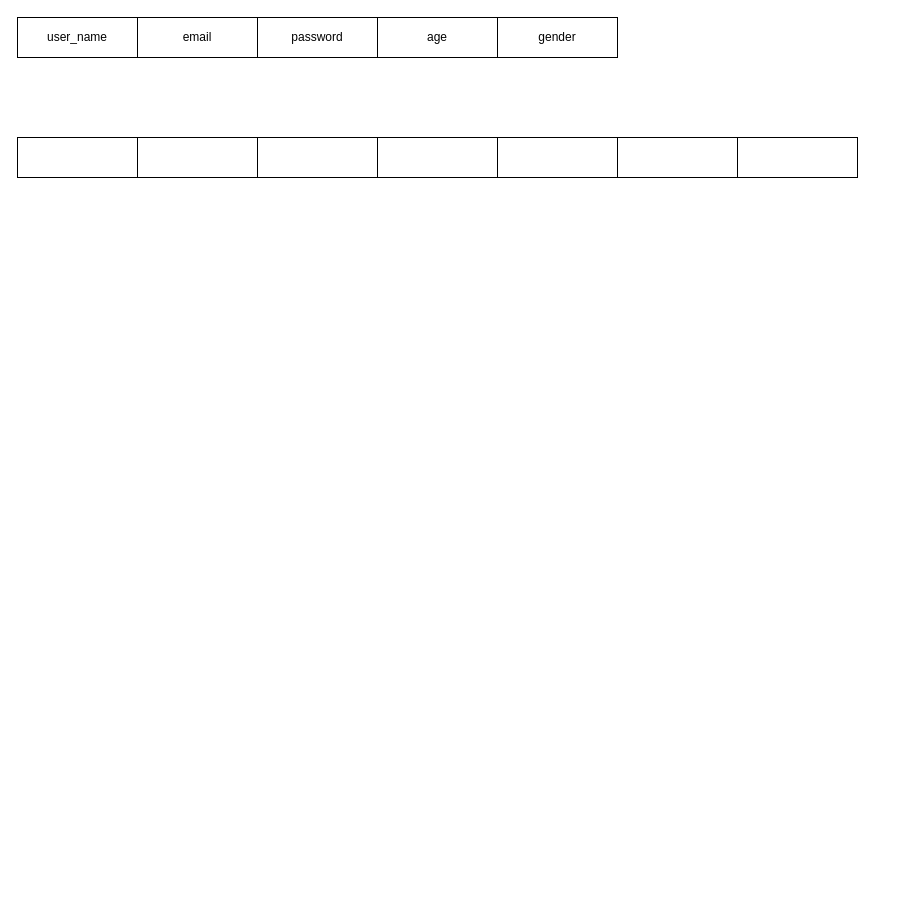
This is db2.drawio from Khushi-MA/linear-regression, a draw.io file, before an edit. Source tidied: cells renumbered, new cells numbered last; positions are measured from the earlier drawing's top-left corner, leaving out a move shared by most shapes. Both pictures are drawn from the tidied source at 100%, with x=0, y=0 at pixel (17, 17).
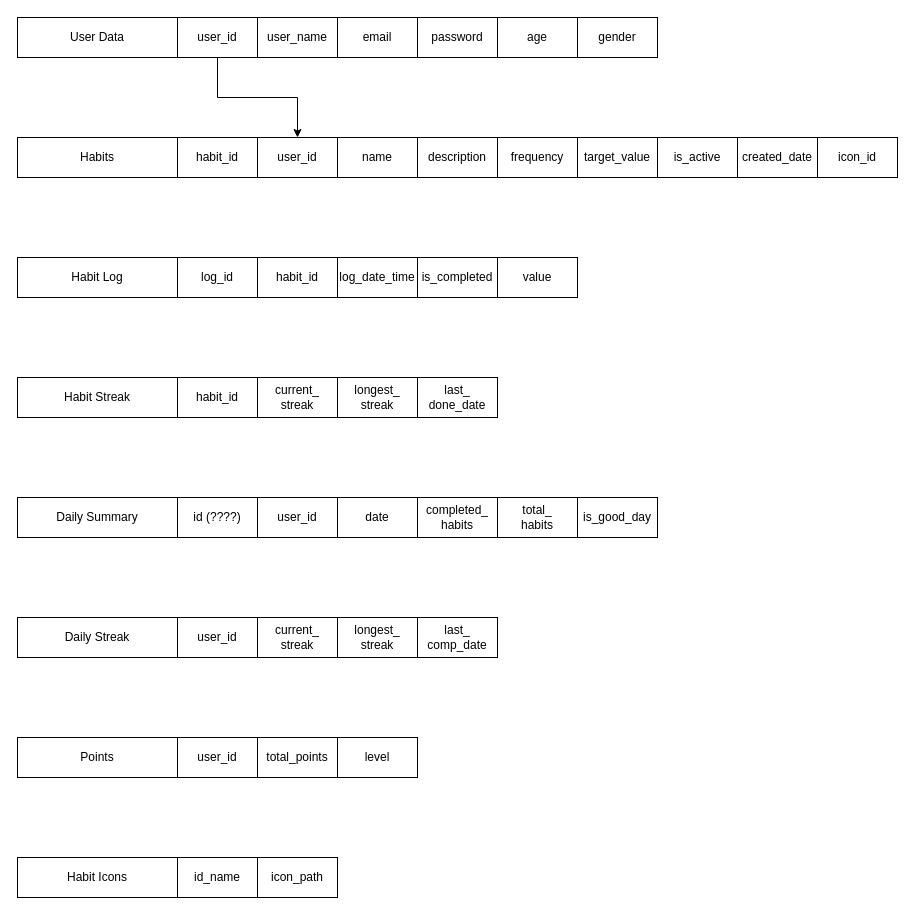
Above is the later version.

Change to the diagram source:
```diff
@@
     <mxCell id="2" value="user_name" style="rounded=0;whiteSpace=wrap;html=1;" parent="1" vertex="1">
-      <mxGeometry width="120" height="40" as="geometry" />
+      <mxGeometry x="240" width="80" height="40" as="geometry" />
     </mxCell>
     <mxCell id="3" value="email" style="rounded=0;whiteSpace=wrap;html=1;" parent="1" vertex="1">
-      <mxGeometry x="120" width="120" height="40" as="geometry" />
+      <mxGeometry x="320" width="80" height="40" as="geometry" />
     </mxCell>
     <mxCell id="4" value="password" style="rounded=0;whiteSpace=wrap;html=1;" parent="1" vertex="1">
-      <mxGeometry x="240" width="120" height="40" as="geometry" />
+      <mxGeometry x="400" width="80" height="40" as="geometry" />
     </mxCell>
     <mxCell id="5" value="age" style="rounded=0;whiteSpace=wrap;html=1;" parent="1" vertex="1">
-      <mxGeometry x="360" width="120" height="40" as="geometry" />
+      <mxGeometry x="480" width="80" height="40" as="geometry" />
     </mxCell>
     <mxCell id="6" value="gender" style="rounded=0;whiteSpace=wrap;html=1;" parent="1" vertex="1">
-      <mxGeometry x="480" width="120" height="40" as="geometry" />
+      <mxGeometry x="560" width="80" height="40" as="geometry" />
     </mxCell>
-    <mxCell id="7" style="rounded=0;whiteSpace=wrap;html=1;" parent="1" vertex="1">
-      <mxGeometry y="120" width="120" height="40" as="geometry" />
+    <mxCell id="7" value="Habits" style="rounded=0;whiteSpace=wrap;html=1;" parent="1" vertex="1">
+      <mxGeometry y="120" width="160" height="40" as="geometry" />
     </mxCell>
-    <mxCell id="8" style="rounded=0;whiteSpace=wrap;html=1;" parent="1" vertex="1">
-      <mxGeometry x="120" y="120" width="120" height="40" as="geometry" />
+    <mxCell id="8" value="habit_id" style="rounded=0;whiteSpace=wrap;html=1;" parent="1" vertex="1">
+      <mxGeometry x="160" y="120" width="80" height="40" as="geometry" />
     </mxCell>
-    <mxCell id="9" style="rounded=0;whiteSpace=wrap;html=1;" parent="1" vertex="1">
-      <mxGeometry x="240" y="120" width="120" height="40" as="geometry" />
+    <mxCell id="9" value="user_id" style="rounded=0;whiteSpace=wrap;html=1;" parent="1" vertex="1">
+      <mxGeometry x="240" y="120" width="80" height="40" as="geometry" />
     </mxCell>
-    <mxCell id="10" style="rounded=0;whiteSpace=wrap;html=1;" parent="1" vertex="1">
-      <mxGeometry x="360" y="120" width="120" height="40" as="geometry" />
+    <mxCell id="10" value="name" style="rounded=0;whiteSpace=wrap;html=1;" parent="1" vertex="1">
+      <mxGeometry x="320" y="120" width="80" height="40" as="geometry" />
     </mxCell>
-    <mxCell id="11" style="rounded=0;whiteSpace=wrap;html=1;" parent="1" vertex="1">
-      <mxGeometry x="480" y="120" width="120" height="40" as="geometry" />
+    <mxCell id="11" value="description" style="rounded=0;whiteSpace=wrap;html=1;" parent="1" vertex="1">
+      <mxGeometry x="400" y="120" width="80" height="40" as="geometry" />
     </mxCell>
-    <mxCell id="12" style="rounded=0;whiteSpace=wrap;html=1;" parent="1" vertex="1">
-      <mxGeometry x="600" y="120" width="120" height="40" as="geometry" />
+    <mxCell id="12" value="frequency" style="rounded=0;whiteSpace=wrap;html=1;" parent="1" vertex="1">
+      <mxGeometry x="480" y="120" width="80" height="40" as="geometry" />
     </mxCell>
-    <mxCell id="13" style="rounded=0;whiteSpace=wrap;html=1;" parent="1" vertex="1">
-      <mxGeometry x="720" y="120" width="120" height="40" as="geometry" />
+    <mxCell id="13" value="target_value" style="rounded=0;whiteSpace=wrap;html=1;" parent="1" vertex="1">
+      <mxGeometry x="560" y="120" width="80" height="40" as="geometry" />
     </mxCell>
+    <mxCell id="14" value="User Data" style="rounded=0;whiteSpace=wrap;html=1;" parent="1" vertex="1">
+      <mxGeometry width="160" height="40" as="geometry" />
+    </mxCell>
+    <mxCell id="15" value="Habit Log" style="rounded=0;whiteSpace=wrap;html=1;" parent="1" vertex="1">
+      <mxGeometry y="240" width="160" height="40" as="geometry" />
+    </mxCell>
+    <mxCell id="16" style="edgeStyle=orthogonalEdgeStyle;rounded=0;jettySize=auto;html=1;exitX=0.5;exitY=1;exitDx=0;exitDy=0;entryX=0.5;entryY=0;entryDx=0;entryDy=0;" parent="1" edge="1" source="17" target="9">
+      <mxGeometry relative="1" as="geometry" />
+    </mxCell>
+    <mxCell id="17" value="user_id" style="rounded=0;whiteSpace=wrap;html=1;" parent="1" vertex="1">
+      <mxGeometry x="160" width="80" height="40" as="geometry" />
+    </mxCell>
+    <mxCell id="18" value="is_active" style="rounded=0;whiteSpace=wrap;html=1;" parent="1" vertex="1">
+      <mxGeometry x="640" y="120" width="80" height="40" as="geometry" />
+    </mxCell>
+    <mxCell id="19" value="created_date" style="rounded=0;whiteSpace=wrap;html=1;" parent="1" vertex="1">
+      <mxGeometry x="720" y="120" width="80" height="40" as="geometry" />
+    </mxCell>
+    <mxCell id="20" value="icon_id" style="rounded=0;whiteSpace=wrap;html=1;" parent="1" vertex="1">
+      <mxGeometry x="800" y="120" width="80" height="40" as="geometry" />
+    </mxCell>
+    <mxCell id="21" value="log_id" style="rounded=0;whiteSpace=wrap;html=1;" parent="1" vertex="1">
+      <mxGeometry x="160" y="240" width="80" height="40" as="geometry" />
+    </mxCell>
+    <mxCell id="22" value="habit_id" style="rounded=0;whiteSpace=wrap;html=1;" parent="1" vertex="1">
+      <mxGeometry x="240" y="240" width="80" height="40" as="geometry" />
+    </mxCell>
+    <mxCell id="23" value="log_date_time" style="rounded=0;whiteSpace=wrap;html=1;" parent="1" vertex="1">
+      <mxGeometry x="320" y="240" width="80" height="40" as="geometry" />
+    </mxCell>
+    <mxCell id="24" value="is_completed" style="rounded=0;whiteSpace=wrap;html=1;" parent="1" vertex="1">
+      <mxGeometry x="400" y="240" width="80" height="40" as="geometry" />
+    </mxCell>
+    <mxCell id="25" value="value" style="rounded=0;whiteSpace=wrap;html=1;" parent="1" vertex="1">
+      <mxGeometry x="480" y="240" width="80" height="40" as="geometry" />
+    </mxCell>
+    <mxCell id="26" value="habit_id" style="rounded=0;whiteSpace=wrap;html=1;" parent="1" vertex="1">
+      <mxGeometry x="160" y="360" width="80" height="40" as="geometry" />
+    </mxCell>
+    <mxCell id="27" value="current_&lt;div&gt;streak&lt;/div&gt;" style="rounded=0;whiteSpace=wrap;html=1;" parent="1" vertex="1">
+      <mxGeometry x="240" y="360" width="80" height="40" as="geometry" />
+    </mxCell>
+    <mxCell id="28" value="longest_&lt;div&gt;streak&lt;/div&gt;" style="rounded=0;whiteSpace=wrap;html=1;" parent="1" vertex="1">
+      <mxGeometry x="320" y="360" width="80" height="40" as="geometry" />
+    </mxCell>
+    <mxCell id="29" value="last_&lt;div&gt;done_date&lt;/div&gt;" style="rounded=0;whiteSpace=wrap;html=1;" parent="1" vertex="1">
+      <mxGeometry x="400" y="360" width="80" height="40" as="geometry" />
+    </mxCell>
+    <mxCell id="30" value="id (????)" style="rounded=0;whiteSpace=wrap;html=1;" parent="1" vertex="1">
+      <mxGeometry x="160" y="480" width="80" height="40" as="geometry" />
+    </mxCell>
+    <mxCell id="31" value="user_id" style="rounded=0;whiteSpace=wrap;html=1;" parent="1" vertex="1">
+      <mxGeometry x="240" y="480" width="80" height="40" as="geometry" />
+    </mxCell>
+    <mxCell id="32" value="date" style="rounded=0;whiteSpace=wrap;html=1;" parent="1" vertex="1">
+      <mxGeometry x="320" y="480" width="80" height="40" as="geometry" />
+    </mxCell>
+    <mxCell id="33" value="completed_&lt;div&gt;habits&lt;/div&gt;" style="rounded=0;whiteSpace=wrap;html=1;" parent="1" vertex="1">
+      <mxGeometry x="400" y="480" width="80" height="40" as="geometry" />
+    </mxCell>
+    <mxCell id="34" value="total_&lt;div&gt;habits&lt;/div&gt;" style="rounded=0;whiteSpace=wrap;html=1;" parent="1" vertex="1">
+      <mxGeometry x="480" y="480" width="80" height="40" as="geometry" />
+    </mxCell>
+    <mxCell id="35" value="is_good_day" style="rounded=0;whiteSpace=wrap;html=1;" parent="1" vertex="1">
+      <mxGeometry x="560" y="480" width="80" height="40" as="geometry" />
+    </mxCell>
+    <mxCell id="36" value="user_id" style="rounded=0;whiteSpace=wrap;html=1;" parent="1" vertex="1">
+      <mxGeometry x="160" y="600" width="80" height="40" as="geometry" />
+    </mxCell>
+    <mxCell id="37" value="current_&lt;div&gt;streak&lt;/div&gt;" style="rounded=0;whiteSpace=wrap;html=1;" parent="1" vertex="1">
+      <mxGeometry x="240" y="600" width="80" height="40" as="geometry" />
+    </mxCell>
+    <mxCell id="38" value="longest_&lt;div&gt;streak&lt;/div&gt;" style="rounded=0;whiteSpace=wrap;html=1;" parent="1" vertex="1">
+      <mxGeometry x="320" y="600" width="80" height="40" as="geometry" />
+    </mxCell>
+    <mxCell id="39" value="last_&lt;div&gt;comp_date&lt;/div&gt;" style="rounded=0;whiteSpace=wrap;html=1;" parent="1" vertex="1">
+      <mxGeometry x="400" y="600" width="80" height="40" as="geometry" />
+    </mxCell>
+    <mxCell id="40" value="user_id" style="rounded=0;whiteSpace=wrap;html=1;" parent="1" vertex="1">
+      <mxGeometry x="160" y="720" width="80" height="40" as="geometry" />
+    </mxCell>
+    <mxCell id="41" value="total_points" style="rounded=0;whiteSpace=wrap;html=1;" parent="1" vertex="1">
+      <mxGeometry x="240" y="720" width="80" height="40" as="geometry" />
+    </mxCell>
+    <mxCell id="42" value="level" style="rounded=0;whiteSpace=wrap;html=1;" parent="1" vertex="1">
+      <mxGeometry x="320" y="720" width="80" height="40" as="geometry" />
+    </mxCell>
+    <mxCell id="43" value="id_name" style="rounded=0;whiteSpace=wrap;html=1;" parent="1" vertex="1">
+      <mxGeometry x="160" y="840" width="80" height="40" as="geometry" />
+    </mxCell>
+    <mxCell id="44" value="icon_path" style="rounded=0;whiteSpace=wrap;html=1;" parent="1" vertex="1">
+      <mxGeometry x="240" y="840" width="80" height="40" as="geometry" />
+    </mxCell>
+    <mxCell id="45" value="Habit Streak" style="rounded=0;whiteSpace=wrap;html=1;" parent="1" vertex="1">
+      <mxGeometry y="360" width="160" height="40" as="geometry" />
+    </mxCell>
+    <mxCell id="46" value="Daily Summary" style="rounded=0;whiteSpace=wrap;html=1;" parent="1" vertex="1">
+      <mxGeometry y="480" width="160" height="40" as="geometry" />
+    </mxCell>
+    <mxCell id="47" value="Daily Streak" style="rounded=0;whiteSpace=wrap;html=1;" parent="1" vertex="1">
+      <mxGeometry y="600" width="160" height="40" as="geometry" />
+    </mxCell>
+    <mxCell id="48" value="Points" style="rounded=0;whiteSpace=wrap;html=1;" parent="1" vertex="1">
+      <mxGeometry y="720" width="160" height="40" as="geometry" />
+    </mxCell>
+    <mxCell id="49" value="Habit Icons" style="rounded=0;whiteSpace=wrap;html=1;" parent="1" vertex="1">
+      <mxGeometry y="840" width="160" height="40" as="geometry" />
+    </mxCell>
```
